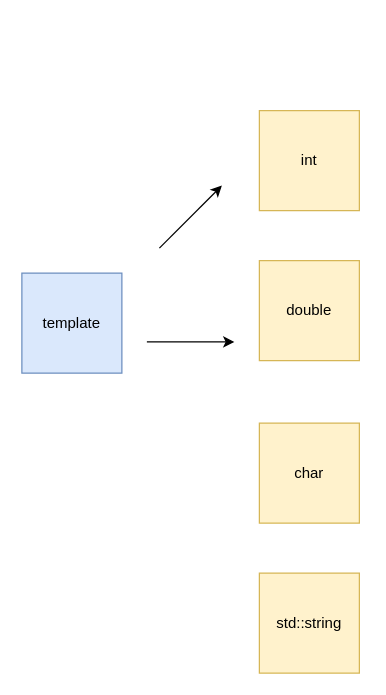
The draw.io diagram page "Overloads" (1 of 3) of Function Overloads, Templates, Type Traits and Concepts.drawio in rutura/drawings, before the edit. Source tidied: cells renumbered, new cells numbered last; positions are measured from the earlier drawing's top-left corner, leaving out a move shared by most shapes. Both pictures are drawn from the tidied source at 125%, with x=0, y=0 at pixel (21, 110).
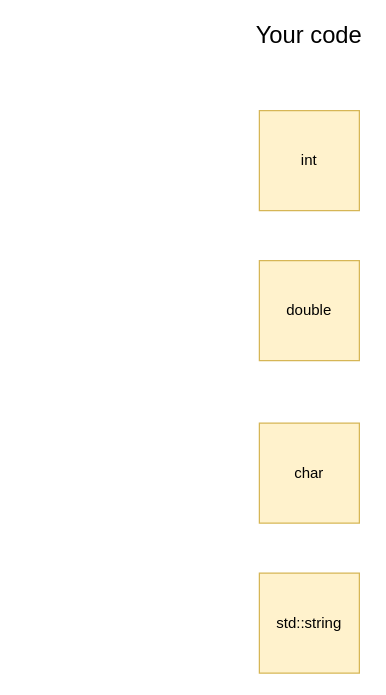
The same diagram, later.

Change to the diagram source:
```diff
@@
 <mxGraphModel>
   <root>
     <mxCell id="0" />
     <mxCell id="1" parent="0" />
-    <mxCell id="2" value="template" style="whiteSpace=wrap;html=1;fillColor=#dae8fc;strokeColor=#6c8ebf;" parent="1" vertex="1">
-      <mxGeometry y="130" width="80" height="80" as="geometry" />
-    </mxCell>
     <mxCell id="3" value="int" style="whiteSpace=wrap;html=1;fillColor=#fff2cc;strokeColor=#d6b656;" parent="1" vertex="1">
       <mxGeometry x="190" width="80" height="80" as="geometry" />
     </mxCell>
     <mxCell id="4" value="double" style="whiteSpace=wrap;html=1;fillColor=#fff2cc;strokeColor=#d6b656;" parent="1" vertex="1">
       <mxGeometry x="190" y="120" width="80" height="80" as="geometry" />
     </mxCell>
     <mxCell id="5" value="char" style="whiteSpace=wrap;html=1;fillColor=#fff2cc;strokeColor=#d6b656;" parent="1" vertex="1">
       <mxGeometry x="190" y="250" width="80" height="80" as="geometry" />
     </mxCell>
     <mxCell id="6" value="std::string" style="whiteSpace=wrap;html=1;fillColor=#fff2cc;strokeColor=#d6b656;" parent="1" vertex="1">
       <mxGeometry x="190" y="370" width="80" height="80" as="geometry" />
     </mxCell>
-    <mxCell id="7" style="endArrow=classic;html=1;" parent="1" edge="1">
-      <mxGeometry relative="1" as="geometry">
-        <mxPoint x="110" y="110" as="sourcePoint" />
-        <mxPoint x="160" y="60" as="targetPoint" />
-      </mxGeometry>
-    </mxCell>
-    <mxCell id="8" style="endArrow=classic;html=1;" parent="1" edge="1">
-      <mxGeometry relative="1" as="geometry">
-        <mxPoint x="100" y="185" as="sourcePoint" />
-        <mxPoint x="170" y="185" as="targetPoint" />
-      </mxGeometry>
-    </mxCell>
+    <mxCell id="9" value="&lt;font style=&quot;font-size: 19px&quot;&gt;Your code&lt;/font&gt;" style="text;html=1;strokeColor=none;fillColor=none;align=center;verticalAlign=middle;whiteSpace=wrap;rounded=0;" parent="1" vertex="1">
+      <mxGeometry x="185" y="-70" width="90" height="20" as="geometry" />
+    </mxCell>
   </root>
 </mxGraphModel>
```
